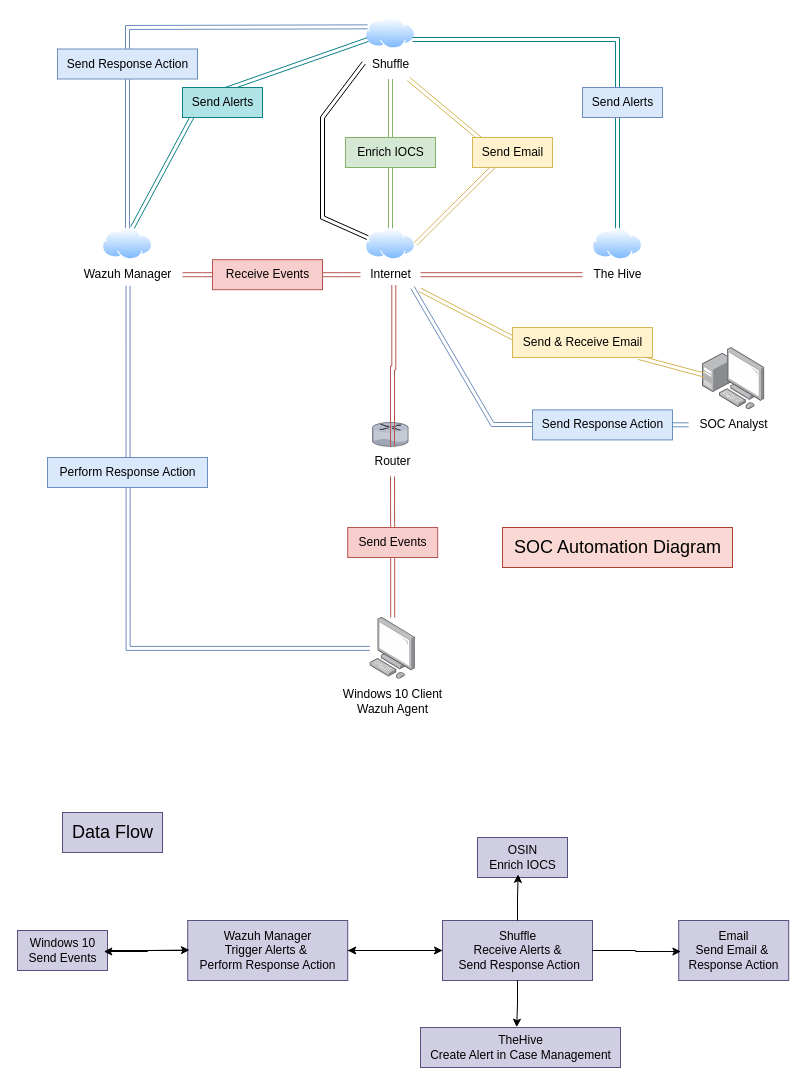
Above: SOC Lab Diagram.drawio in bastet27/SOC-Lab1 (draw.io), before the change. Source tidied: cells renumbered, new cells numbered last; positions are measured from the earlier drawing's top-left corner, leaving out a move shared by most shapes. Both pictures are drawn from the tidied source at 100%, with x=0, y=0 at pixel (17, 17).
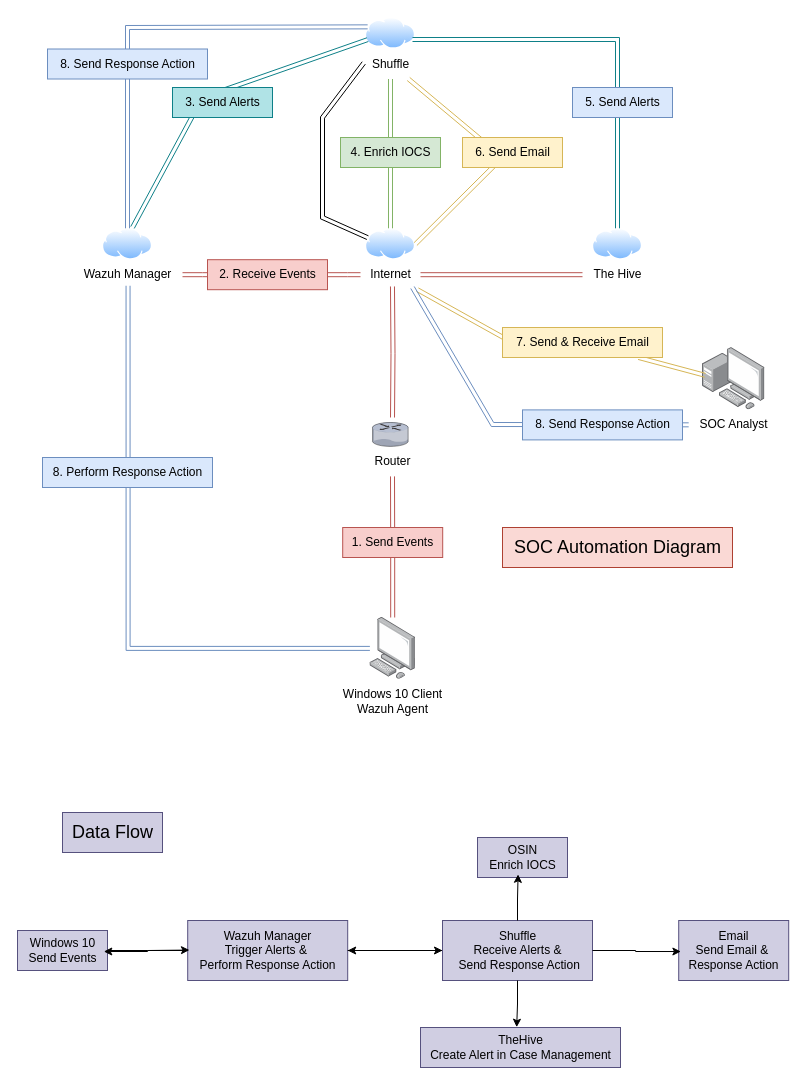
Above is the later version.

Unchanged cells that the change refers to:
```xml
<mxCell id="12" value="Internet" style="text;html=1;align=center;verticalAlign=middle;points=[];strokeColor=none;fillColor=none;" parent="1" vertex="1">
  <mxGeometry x="343" y="242.2" width="60" height="30" as="geometry" />
</mxCell>
<mxCell id="17" value="Router" style="text;html=1;align=center;verticalAlign=middle;points=[];strokeColor=none;fillColor=none;" parent="1" vertex="1">
  <mxGeometry x="345" y="428.9" width="60" height="30" as="geometry" />
</mxCell>
```

The edit, as a diff of the source:
```diff
@@
-    <mxCell id="18" value="Send Events" style="text;html=1;align=center;verticalAlign=middle;strokeColor=#b85450;fillColor=#f8cecc;" parent="1" vertex="1">
-      <mxGeometry x="330.2" y="510" width="90" height="30" as="geometry" />
+    <mxCell id="18" value="1. Send Events" style="text;html=1;align=center;verticalAlign=middle;strokeColor=#b85450;fillColor=#f8cecc;" parent="1" vertex="1">
+      <mxGeometry x="325.2" y="510" width="100" height="30" as="geometry" />
     </mxCell>
-    <mxCell id="19" style="edgeStyle=orthogonalEdgeStyle;rounded=0;jettySize=auto;html=1;entryX=0.555;entryY=0.844;entryDx=0;entryDy=0;entryPerimeter=0;strokeWidth=1;fillColor=#f8cecc;strokeColor=#b85450;shape=link;" parent="1" edge="1" source="17" target="12">
-      <mxGeometry relative="1" as="geometry" />
+    <mxCell id="19" style="edgeStyle=orthogonalEdgeStyle;rounded=0;jettySize=auto;html=1;entryX=0.533;entryY=0.892;entryDx=0;entryDy=0;entryPerimeter=0;strokeWidth=1;fillColor=#f8cecc;strokeColor=#b85450;shape=link;" parent="1" edge="1" target="12">
+      <mxGeometry relative="1" as="geometry">
+        <mxPoint x="375" y="400" as="sourcePoint" />
+      </mxGeometry>
     </mxCell>
@@
-    <mxCell id="21" value="Send Alerts" style="text;html=1;align=center;verticalAlign=middle;strokeColor=#0e8088;fillColor=#b0e3e6;" parent="1" vertex="1">
-      <mxGeometry x="165" y="70" width="80" height="30" as="geometry" />
+    <mxCell id="21" value="3. Send Alerts" style="text;html=1;align=center;verticalAlign=middle;strokeColor=#0e8088;fillColor=#b0e3e6;" parent="1" vertex="1">
+      <mxGeometry x="155" y="70" width="100" height="30" as="geometry" />
     </mxCell>
@@
-    <mxCell id="23" value="Send Alerts" style="text;html=1;align=center;verticalAlign=middle;strokeColor=#6c8ebf;fillColor=#dae8fc;" parent="1" vertex="1">
-      <mxGeometry x="565" y="70" width="80" height="30" as="geometry" />
+    <mxCell id="23" value="5. Send Alerts" style="text;html=1;align=center;verticalAlign=middle;strokeColor=#6c8ebf;fillColor=#dae8fc;" parent="1" vertex="1">
+      <mxGeometry x="555" y="70" width="100" height="30" as="geometry" />
     </mxCell>
@@
-    <mxCell id="25" value="Receive Events" style="text;html=1;align=center;verticalAlign=middle;points=[];strokeColor=#b85450;fillColor=#f8cecc;" parent="1" vertex="1">
-      <mxGeometry x="195" y="242.2" width="110" height="30" as="geometry" />
+    <mxCell id="25" value="2. Receive Events" style="text;html=1;align=center;verticalAlign=middle;points=[];strokeColor=#b85450;fillColor=#f8cecc;" parent="1" vertex="1">
+      <mxGeometry x="190" y="242.2" width="120" height="30" as="geometry" />
     </mxCell>
@@
-    <mxCell id="27" value="Enrich IOCS" style="text;html=1;align=center;verticalAlign=middle;points=[];strokeColor=#82b366;fillColor=#d5e8d4;" parent="1" vertex="1">
-      <mxGeometry x="328" y="120" width="90" height="30" as="geometry" />
+    <mxCell id="27" value="4. Enrich IOCS" style="text;html=1;align=center;verticalAlign=middle;points=[];strokeColor=#82b366;fillColor=#d5e8d4;" parent="1" vertex="1">
+      <mxGeometry x="323" y="120" width="100" height="30" as="geometry" />
     </mxCell>
@@
-    <mxCell id="30" value="Send Response Action" style="text;html=1;align=center;verticalAlign=middle;strokeColor=#6c8ebf;fillColor=#dae8fc;" parent="1" vertex="1">
-      <mxGeometry x="40" y="31.5" width="140" height="30" as="geometry" />
+    <mxCell id="30" value="8. Send Response Action" style="text;html=1;align=center;verticalAlign=middle;strokeColor=#6c8ebf;fillColor=#dae8fc;" parent="1" vertex="1">
+      <mxGeometry x="30" y="31.5" width="160" height="30" as="geometry" />
     </mxCell>
@@
-    <mxCell id="32" value="Perform Response Action" style="text;html=1;align=center;verticalAlign=middle;strokeColor=#6c8ebf;fillColor=#dae8fc;" parent="1" vertex="1">
-      <mxGeometry x="30" y="440" width="160" height="30" as="geometry" />
+    <mxCell id="32" value="8. Perform Response Action" style="text;html=1;align=center;verticalAlign=middle;strokeColor=#6c8ebf;fillColor=#dae8fc;" parent="1" vertex="1">
+      <mxGeometry x="25" y="440" width="170" height="30" as="geometry" />
     </mxCell>
@@
-    <mxCell id="34" value="Send Email" style="text;html=1;align=center;verticalAlign=middle;strokeColor=#d6b656;fillColor=#fff2cc;" parent="1" vertex="1">
-      <mxGeometry x="455" y="120" width="80" height="30" as="geometry" />
+    <mxCell id="34" value="6. Send Email" style="text;html=1;align=center;verticalAlign=middle;strokeColor=#d6b656;fillColor=#fff2cc;" parent="1" vertex="1">
+      <mxGeometry x="445" y="120" width="100" height="30" as="geometry" />
     </mxCell>
@@
-    <mxCell id="39" value="Send &amp;amp; Receive Email" style="text;html=1;align=center;verticalAlign=middle;points=[];strokeColor=#d6b656;fillColor=#fff2cc;" parent="1" vertex="1">
-      <mxGeometry x="495" y="310" width="140" height="30" as="geometry" />
+    <mxCell id="39" value="7. Send &amp;amp; Receive Email" style="text;html=1;align=center;verticalAlign=middle;points=[];strokeColor=#d6b656;fillColor=#fff2cc;" parent="1" vertex="1">
+      <mxGeometry x="485" y="310" width="160" height="30" as="geometry" />
     </mxCell>
@@
-    <mxCell id="41" value="Send Response Action" style="text;html=1;align=center;verticalAlign=middle;strokeColor=#6c8ebf;fillColor=#dae8fc;" parent="1" vertex="1">
-      <mxGeometry x="515" y="392.4" width="140" height="30" as="geometry" />
+    <mxCell id="41" value="8. Send Response Action" style="text;html=1;align=center;verticalAlign=middle;strokeColor=#6c8ebf;fillColor=#dae8fc;" parent="1" vertex="1">
+      <mxGeometry x="505" y="392.4" width="160" height="30" as="geometry" />
     </mxCell>
```
